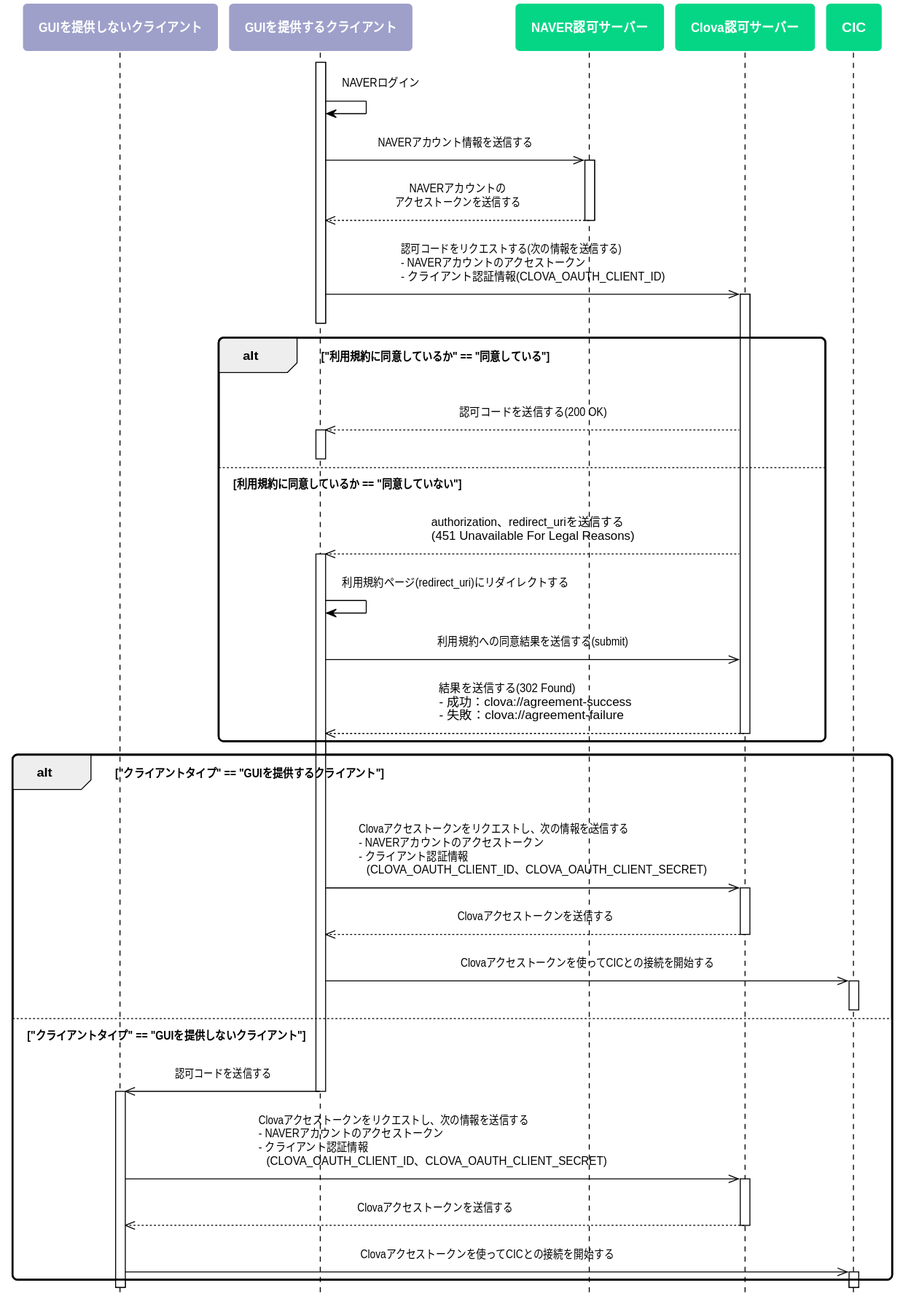
This is ja-JP/Develop/Assets/Images/CIC_Authorization.svg from muchokwon/clova-client-developer-guide, a PlantUML export, as it was before one commit.
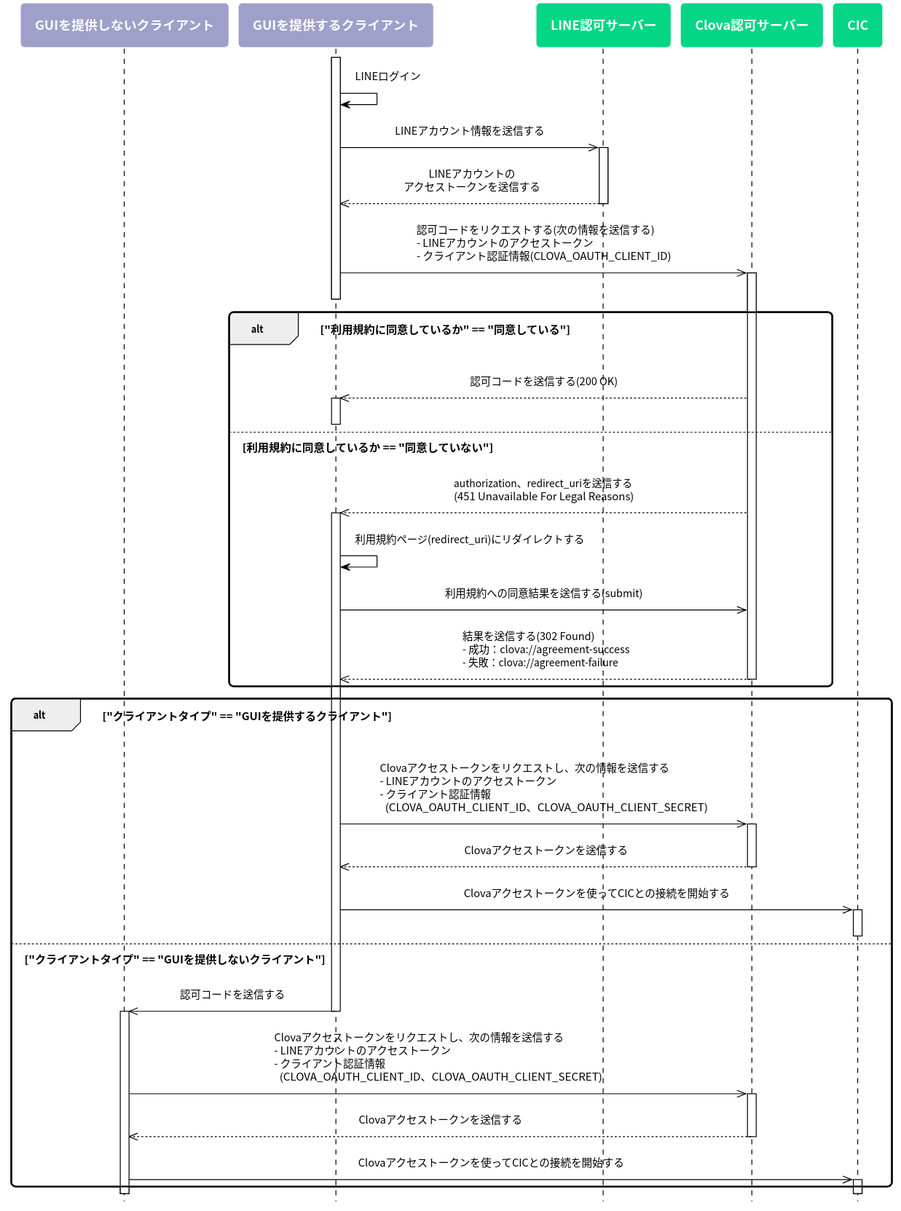
After the change.

Diff of the diagram source:
```diff
@@ -5,7 +5,7 @@
 skinparam roundcorner 10
 skinparam padding 10
 skinparam defaultFontSize 12
-skinparam defaultFontName "Malgun Gothic", sans-serif
+skinparam defaultFontName "Noto Sans CJK KR"
 
 skinparam note {
   BackgroundColor #9EA0CA
@@ -51,20 +51,20 @@
 
 participant "GUIを提供しないクライアント" as device #9EA0CA
 participant "GUIを提供するクライアント" as app #9EA0CA
-participant "NAVER認可サーバー" as nauth #05D686
+participant "LINE認可サーバー" as nauth #05D686
 participant "Clova認可サーバー" as cauth #05D686
 participant CIC as cic #05D686
 
 activate app
-  app -> app: NAVERログイン
+  app -> app: LINEログイン
 
-  app ->> nauth: NAVERアカウント情報を送信する
+  app ->> nauth: LINEアカウント情報を送信する
 
   activate nauth
-    nauth -->> app: NAVERアカウントの\nアクセストークンを送信する
+    nauth -->> app: LINEアカウントの\nアクセストークンを送信する
   deactivate nauth
 
-  app ->> cauth: 認可コードをリクエストする(次の情報を送信する)\l- NAVERアカウントのアクセストークン\l- クライアント認証情報(CLOVA_OAUTH_CLIENT_ID)
+  app ->> cauth: 認可コードをリクエストする(次の情報を送信する)\l- LINEアカウントのアクセストークン\l- クライアント認証情報(CLOVA_OAUTH_CLIENT_ID)
 
 activate cauth
 
@@ -84,7 +84,7 @@
 end
 
 alt "クライアントタイプ" == "GUIを提供するクライアント"
-  app ->> cauth: Clovaアクセストークンをリクエストし、次の情報を送信する\l- NAVERアカウントのアクセストークン\l- クライアント認証情報\l  (CLOVA_OAUTH_CLIENT_ID、CLOVA_OAUTH_CLIENT_SECRET)
+  app ->> cauth: Clovaアクセストークンをリクエストし、次の情報を送信する\l- LINEアカウントのアクセストークン\l- クライアント認証情報\l  (CLOVA_OAUTH_CLIENT_ID、CLOVA_OAUTH_CLIENT_SECRET)
 
   activate cauth
     cauth -->> app: Clovaアクセストークンを送信する
@@ -99,7 +99,7 @@
   deactivate app
 
   activate device
-    device ->> cauth: Clovaアクセストークンをリクエストし、次の情報を送信する\l- NAVERアカウントのアクセストークン\l- クライアント認証情報\l  (CLOVA_OAUTH_CLIENT_ID、CLOVA_OAUTH_CLIENT_SECRET)
+    device ->> cauth: Clovaアクセストークンをリクエストし、次の情報を送信する\l- LINEアカウントのアクセストークン\l- クライアント認証情報\l  (CLOVA_OAUTH_CLIENT_ID、CLOVA_OAUTH_CLIENT_SECRET)
 
     activate cauth
         cauth -->> device: Clovaアクセストークンを送信する
```
